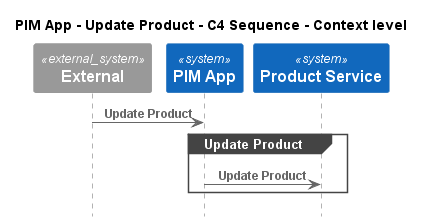
Earlier version of the PlantUML export e-commerce-platform/Software Systems/PIM App/Interfaces/Update Product/Context - C4 Sequence.png (C4InterFlow/architecture-as-code-samples).
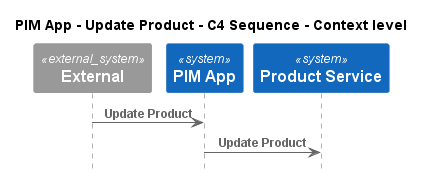
The same file after the commit.

Change to the diagram source:
```diff
@@ -9,9 +9,7 @@
 System(ECommercePlatform.SoftwareSystems.ProductService, "Product Service", "")
 
 Rel(C4InterFlow.SoftwareSystems.ExternalSystem, ECommercePlatform.SoftwareSystems.PIMApp, "Update Product")
-group Update Product
 Rel(ECommercePlatform.SoftwareSystems.PIMApp, ECommercePlatform.SoftwareSystems.ProductService, "Update Product")
-end
 
 
 @enduml
```
